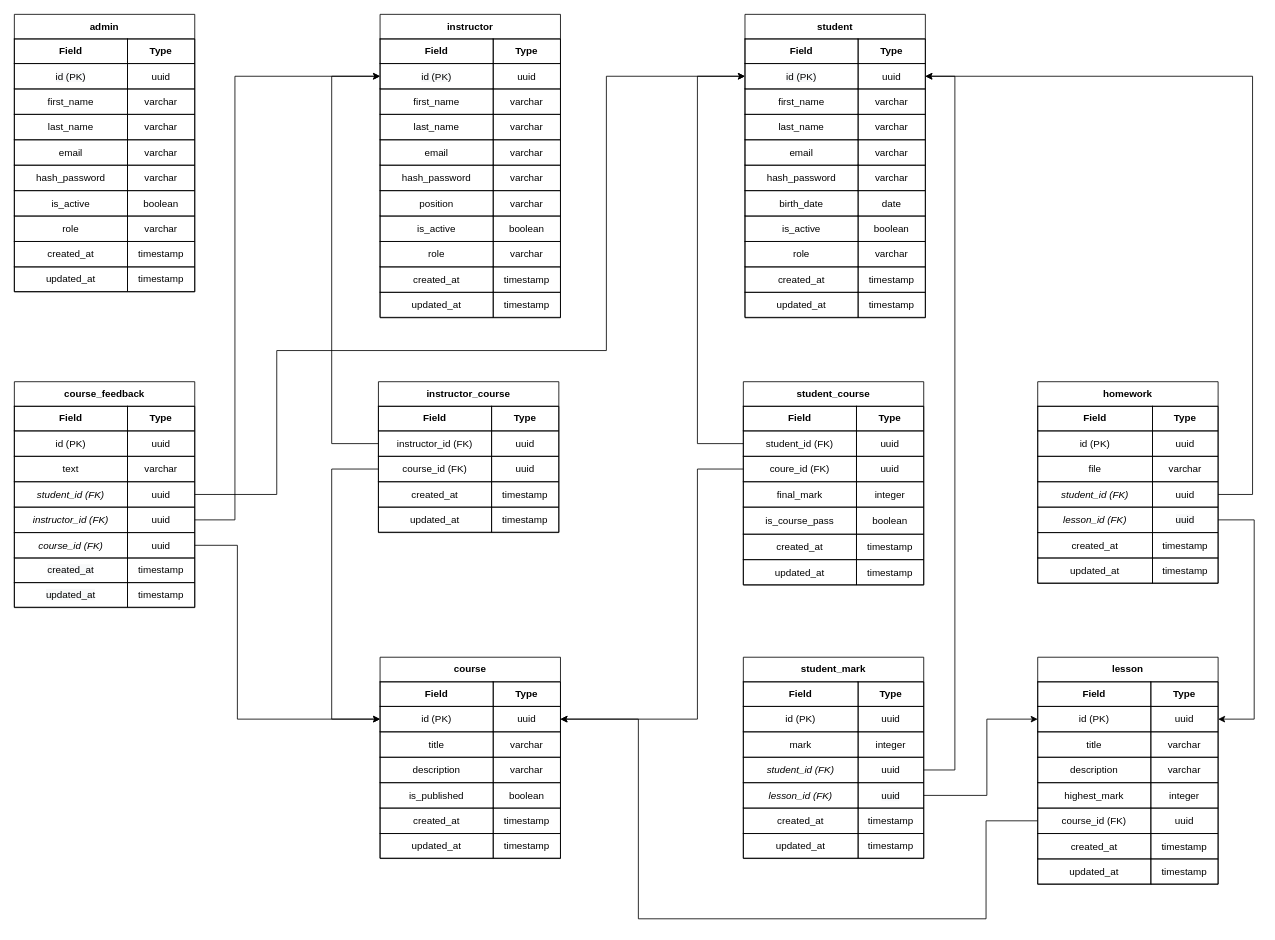
PashaShevchuk/diagrams keeps this draw.io diagram as tables.drawio. Above is the earlier version. Source tidied: cells renumbered, new cells numbered last; positions are measured from the earlier drawing's top-left corner, leaving out a move shared by most shapes. Both pictures are drawn from the tidied source at 82%, with x=0, y=0 at pixel (14, 14).
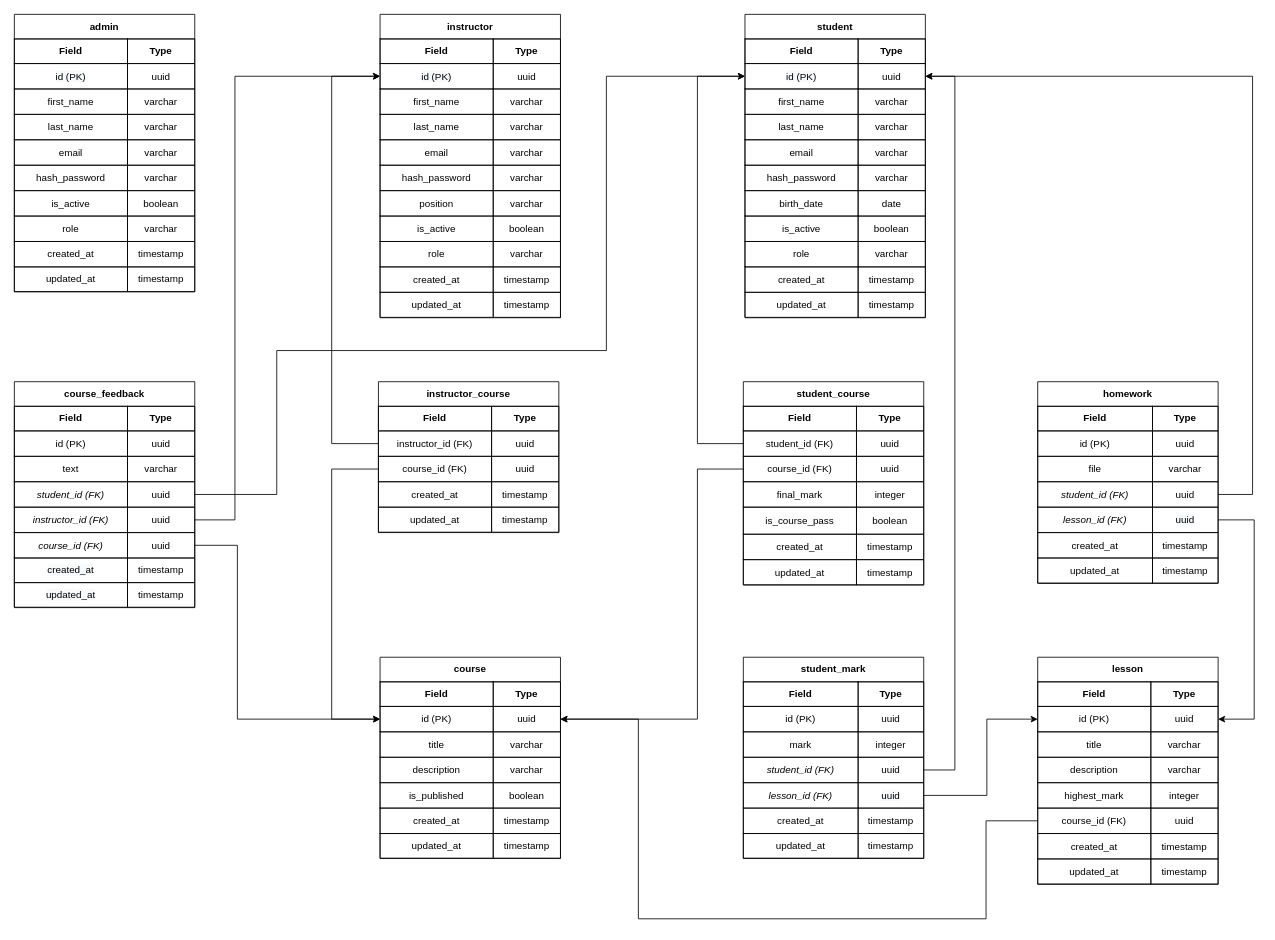
The same page after the edit.

The change refers to these unchanged cells:
```xml
<mxCell id="62" style="html=1;whiteSpace=wrap;fillColor=none;strokeColor=none;points=[[0,0.5],[1,0.5]];portConstraint=eastwest;fontFamily=Helvetica;fontSize=12;" parent="55" vertex="1">
  <mxGeometry y="91" width="220" height="31" as="geometry" />
</mxCell>
```

Diff of the diagram source:
```diff
@@
-    <mxCell id="63" value="coure_id (FK)" style="shape=partialRectangle;html=1;whiteSpace=wrap;fillColor=none;fontFamily=Helvetica;fontSize=12;" parent="62" vertex="1">
+    <mxCell id="63" value="course_id (FK)" style="shape=partialRectangle;html=1;whiteSpace=wrap;fillColor=none;fontFamily=Helvetica;fontSize=12;" parent="62" vertex="1">
       <mxGeometry width="138" height="31" as="geometry" />
     </mxCell>
```
